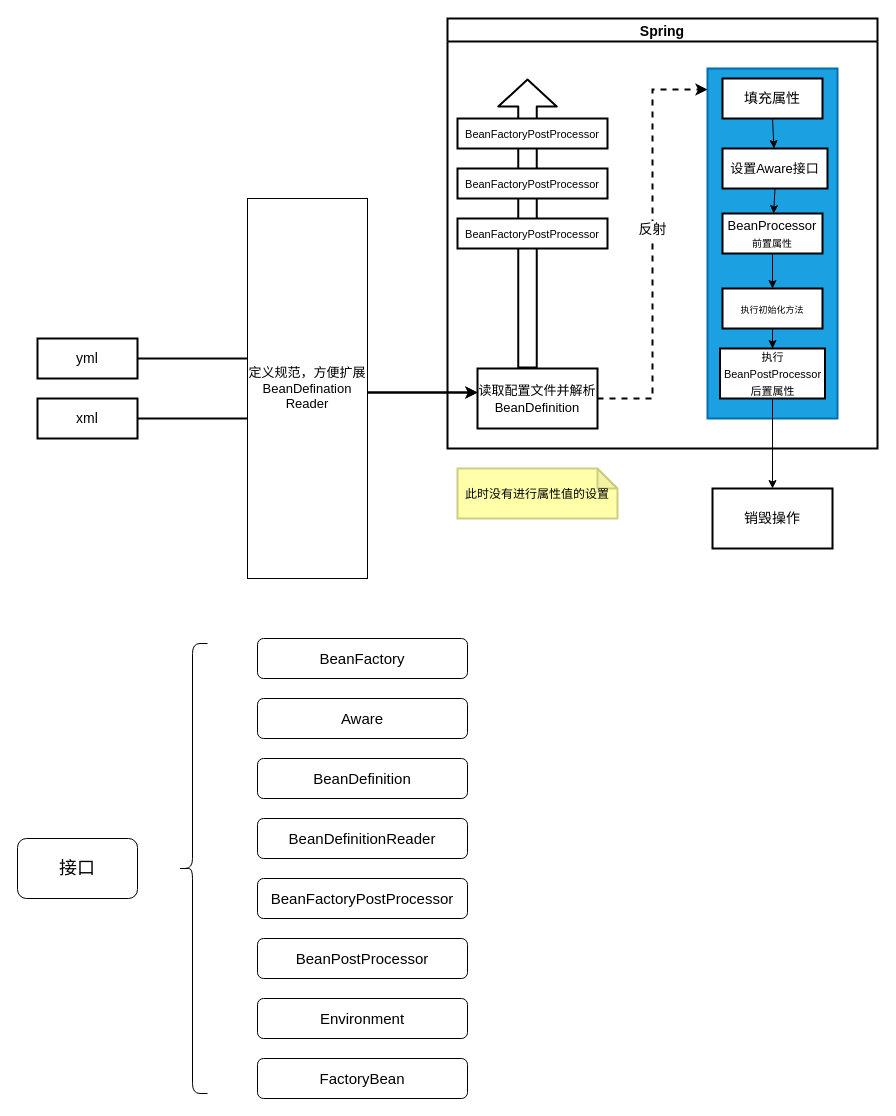
Above: 后端/框架/Spring/IOC.drawio in chinazzl/myNote (draw.io), before the change. Source tidied: cells renumbered, new cells numbered last; positions are measured from the earlier drawing's top-left corner, leaving out a move shared by most shapes. Both pictures are drawn from the tidied source at 100%, with x=0, y=0 at pixel (17, 18).
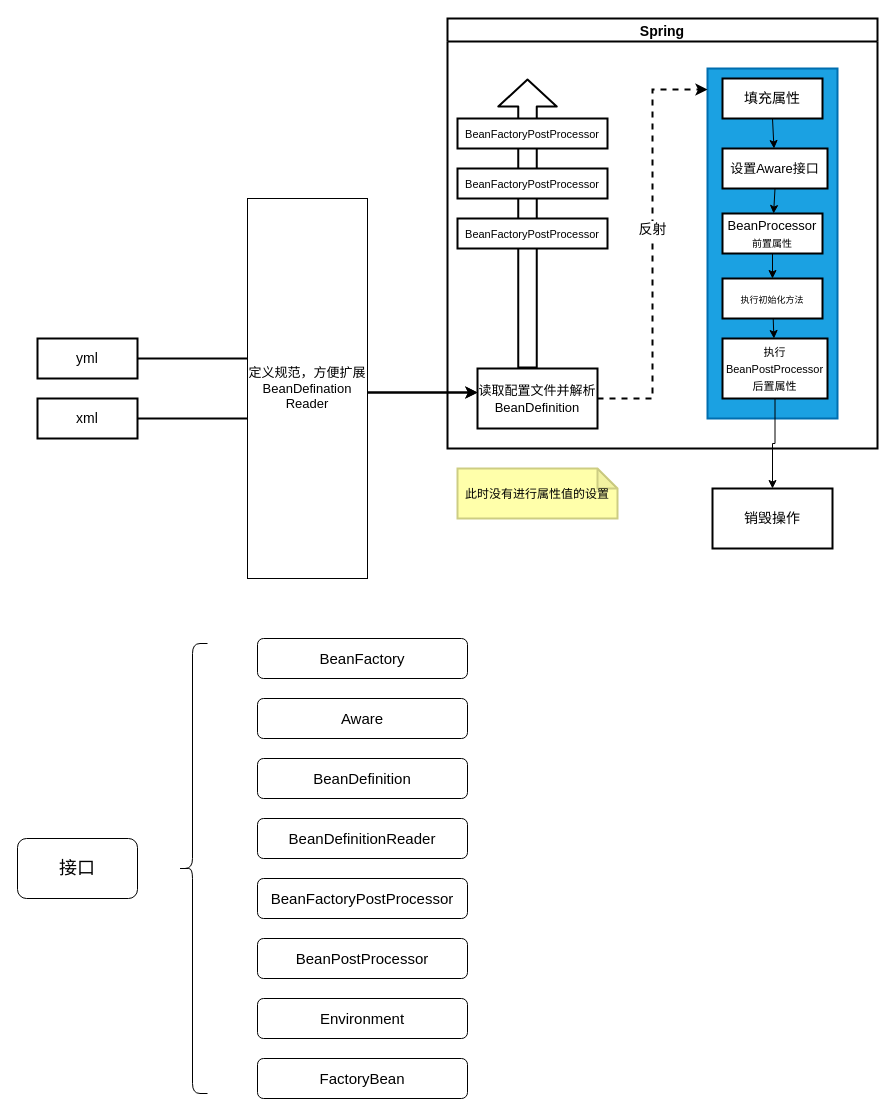
The same page after the edit.

The change refers to these unchanged cells:
```xml
<mxCell id="2" value="Spring" style="swimlane;fontFamily=微软雅黑;fontSize=14;strokeWidth=2;" parent="1" vertex="1">
  <mxGeometry x="430" width="430" height="430" as="geometry" />
</mxCell>
```

What changed in the source:
```diff
@@
+    <mxCell id="17" style="edgeStyle=none;html=1;" parent="2" edge="1" source="14" target="16">
+      <mxGeometry relative="1" as="geometry" />
+    </mxCell>
     <mxCell id="14" value="&lt;font style=&quot;font-size: 9px&quot;&gt;执行初始化方法&lt;br&gt;&lt;/font&gt;" style="rounded=0;whiteSpace=wrap;html=1;fontFamily=微软雅黑;fontSize=14;strokeWidth=2;" parent="2" vertex="1">
-      <mxGeometry x="275" y="270" width="100" height="40" as="geometry" />
+      <mxGeometry x="275" y="260" width="100" height="40" as="geometry" />
     </mxCell>
@@
     <mxCell id="16" value="&lt;font style=&quot;font-size: 11px&quot;&gt;执行&lt;br&gt;BeanPostProcessor&lt;br&gt;后置属性&lt;br&gt;&lt;/font&gt;" style="rounded=0;whiteSpace=wrap;html=1;fontFamily=微软雅黑;fontSize=14;strokeWidth=2;" parent="2" vertex="1">
-      <mxGeometry x="272.5" y="330" width="105" height="50" as="geometry" />
+      <mxGeometry x="275" y="320" width="105" height="60" as="geometry" />
     </mxCell>
-    <mxCell id="17" style="edgeStyle=orthogonalEdgeStyle;rounded=0;jettySize=auto;html=1;" parent="2" edge="1" source="14" target="16">
-      <mxGeometry relative="1" as="geometry" />
-    </mxCell>
```
